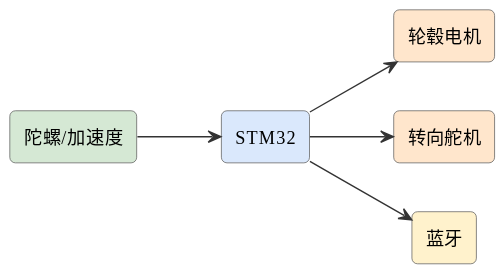
Before: assets/diagrams/ideas-fig87.svg, a diagram exported from PlantUML (mingyi0818/IntelligentMcuCourse).
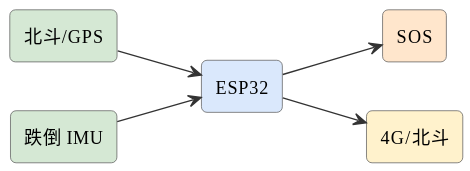
Later version of the same file.

Diff of the diagram source:
```diff
@@ -6,13 +6,13 @@
 skinparam arrowFontSize 11
 skinparam arrowColor #333
 left to right direction
-rectangle "陀螺/加速度" as imu #d5e8d4
-rectangle "STM32" as stm #dae8fc
-rectangle "轮毂电机" as motor #ffe6cc
-rectangle "转向舵机" as servo #ffe6cc
-rectangle "蓝牙" as bt #fff2cc
-imu --> stm
-stm --> motor
-stm --> servo
-stm --> bt
+rectangle "北斗/GPS" as gps #d5e8d4
+rectangle "跌倒 IMU" as imu #d5e8d4
+rectangle "ESP32" as esp #dae8fc
+rectangle "SOS" as sos #ffe6cc
+rectangle "4G/北斗" as g #fff2cc
+gps --> esp
+imu --> esp
+esp --> sos
+esp --> g
 @enduml
```
